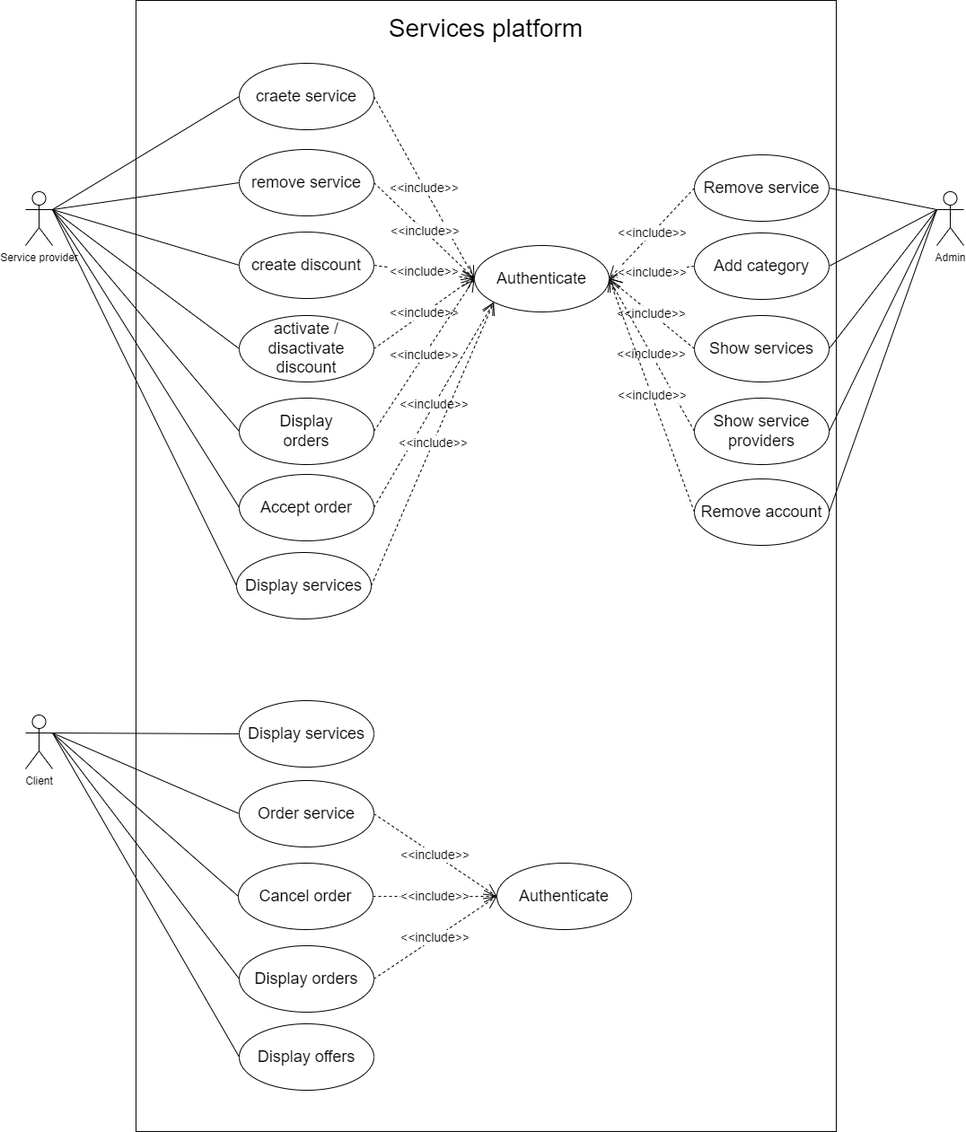
Earlier version of the draw.io export use-case diagram.drawio.png (GHamza-Dev/wafin-design-and-conception). Source tidied: cells renumbered, new cells last; positions are measured from the earlier drawing's top-left corner, leaving out a move shared by most shapes.
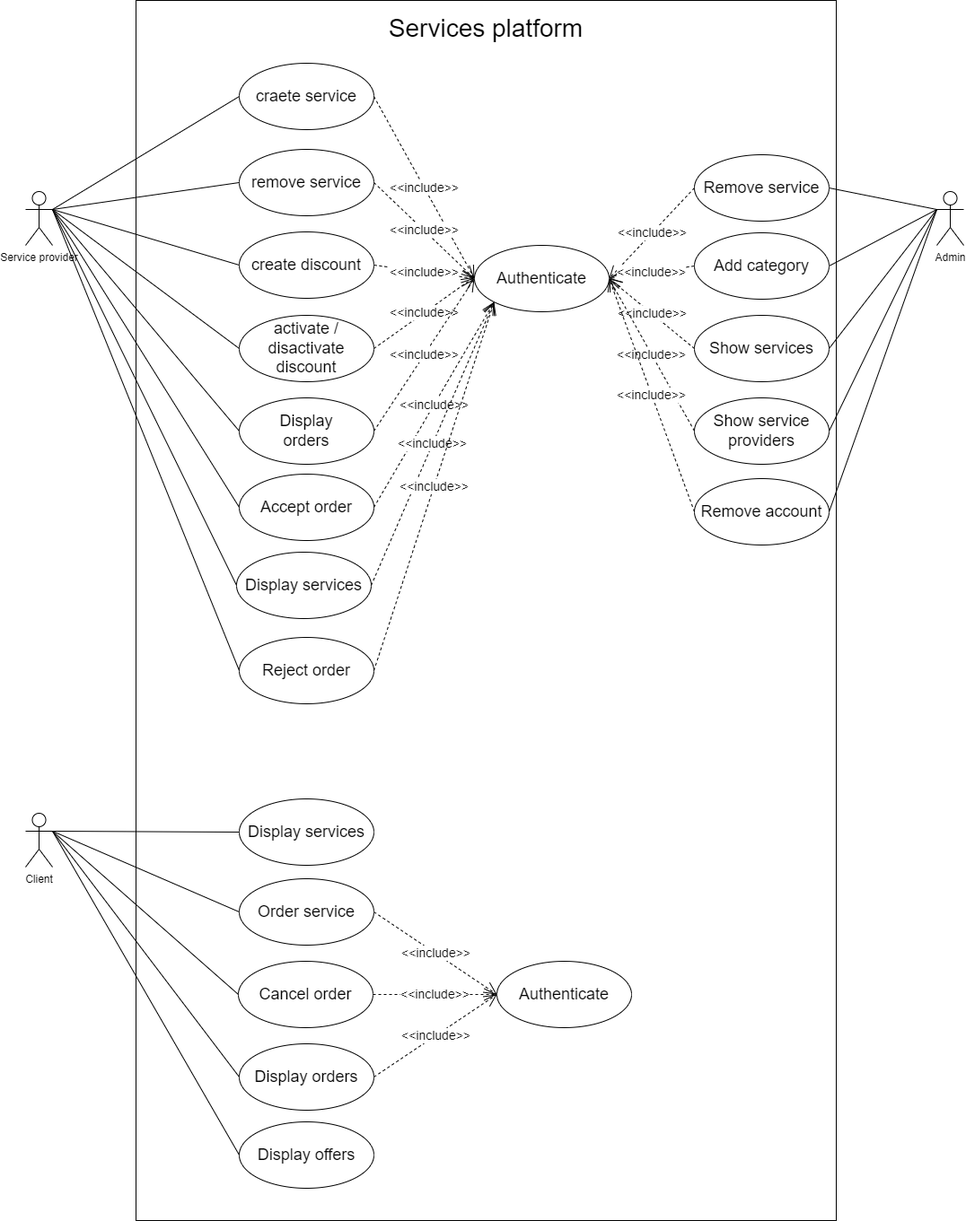
After the change.

Commit message:
Add use cases + attributes to the class diagram

The edit, as a diff of the source:
```diff
@@ -3,7 +3,7 @@
     <mxCell id="0" />
     <mxCell id="1" parent="0" />
     <mxCell id="2" style="rounded=0;whiteSpace=wrap;html=1;" parent="1" vertex="1">
-      <mxGeometry x="123" width="780" height="1260" as="geometry" />
+      <mxGeometry x="123" width="780" height="1360" as="geometry" />
     </mxCell>
     <mxCell id="3" value="Service provider" style="shape=umlActor;verticalLabelPosition=bottom;verticalAlign=top;html=1;outlineConnect=0;" parent="1" vertex="1">
       <mxGeometry y="213" width="30" height="60" as="geometry" />
@@ -48,10 +48,10 @@
       <mxGeometry relative="1" as="geometry" />
     </mxCell>
     <mxCell id="17" value="Client" style="shape=umlActor;verticalLabelPosition=bottom;verticalAlign=top;html=1;outlineConnect=0;" parent="1" vertex="1">
-      <mxGeometry y="796" width="30" height="60" as="geometry" />
+      <mxGeometry y="906" width="30" height="60" as="geometry" />
     </mxCell>
     <mxCell id="18" value="&lt;span style=&quot;font-size: 18px&quot;&gt;Display services&lt;/span&gt;" style="ellipse;whiteSpace=wrap;html=1;" parent="1" vertex="1">
-      <mxGeometry x="238" y="780" width="150" height="74" as="geometry" />
+      <mxGeometry x="238" y="890" width="150" height="74" as="geometry" />
     </mxCell>
     <mxCell id="19" style="endArrow=none;html=1;rounded=0;fontSize=18;exitX=1;exitY=0.3333333333333333;exitDx=0;exitDy=0;exitPerimeter=0;entryX=0;entryY=0.5;entryDx=0;entryDy=0;" parent="1" edge="1" source="17" target="18">
       <mxGeometry relative="1" as="geometry" />
@@ -84,7 +84,7 @@
       <mxGeometry x="745" y="533" width="150" height="74" as="geometry" />
     </mxCell>
     <mxCell id="29" value="&lt;span style=&quot;font-size: 18px&quot;&gt;Order service&lt;/span&gt;" style="ellipse;whiteSpace=wrap;html=1;" parent="1" vertex="1">
-      <mxGeometry x="238" y="869" width="150" height="74" as="geometry" />
+      <mxGeometry x="238" y="979" width="150" height="74" as="geometry" />
     </mxCell>
     <mxCell id="30" style="endArrow=none;html=1;rounded=0;fontSize=18;exitX=1;exitY=0.3333333333333333;exitDx=0;exitDy=0;exitPerimeter=0;entryX=0;entryY=0.5;entryDx=0;entryDy=0;" parent="1" edge="1" source="17" target="29">
       <mxGeometry relative="1" as="geometry" />
@@ -96,10 +96,10 @@
       <mxGeometry relative="1" as="geometry" />
     </mxCell>
     <mxCell id="33" value="&lt;font style=&quot;font-size: 18px&quot;&gt;Authenticate&lt;/font&gt;" style="ellipse;whiteSpace=wrap;html=1;" parent="1" vertex="1">
-      <mxGeometry x="525" y="961" width="150" height="74" as="geometry" />
+      <mxGeometry x="525" y="1071" width="150" height="74" as="geometry" />
     </mxCell>
     <mxCell id="34" value="&lt;span style=&quot;font-size: 18px&quot;&gt;Cancel order&lt;/span&gt;" style="ellipse;whiteSpace=wrap;html=1;" parent="1" vertex="1">
-      <mxGeometry x="237" y="961" width="150" height="74" as="geometry" />
+      <mxGeometry x="237" y="1071" width="150" height="74" as="geometry" />
     </mxCell>
     <mxCell id="35" value="&amp;lt;&amp;lt;include&amp;gt;&amp;gt;" style="endArrow=open;endSize=12;dashed=1;html=1;rounded=0;fontSize=14;exitX=1;exitY=0.5;exitDx=0;exitDy=0;entryX=0;entryY=0.5;entryDx=0;entryDy=0;" parent="1" edge="1" source="34" target="33">
       <mxGeometry relative="1" as="geometry" />
@@ -147,7 +147,7 @@
       <mxGeometry relative="1" as="geometry" />
     </mxCell>
     <mxCell id="50" value="&lt;span style=&quot;font-size: 18px&quot;&gt;Display orders&lt;/span&gt;" style="ellipse;whiteSpace=wrap;html=1;" parent="1" vertex="1">
-      <mxGeometry x="238" y="1053" width="150" height="74" as="geometry" />
+      <mxGeometry x="238" y="1163" width="150" height="74" as="geometry" />
     </mxCell>
     <mxCell id="51" value="&amp;lt;&amp;lt;include&amp;gt;&amp;gt;" style="endArrow=open;endSize=12;dashed=1;html=1;rounded=0;fontSize=14;exitX=1;exitY=0.5;exitDx=0;exitDy=0;entryX=0;entryY=0.5;entryDx=0;entryDy=0;" parent="1" edge="1" source="50" target="33">
       <mxGeometry relative="1" as="geometry" />
@@ -156,7 +156,7 @@
       <mxGeometry relative="1" as="geometry" />
     </mxCell>
     <mxCell id="53" value="&lt;span style=&quot;font-size: 18px&quot;&gt;Display offers&lt;/span&gt;" style="ellipse;whiteSpace=wrap;html=1;" parent="1" vertex="1">
-      <mxGeometry x="238" y="1140" width="150" height="74" as="geometry" />
+      <mxGeometry x="238" y="1250" width="150" height="74" as="geometry" />
     </mxCell>
     <mxCell id="54" style="endArrow=none;html=1;rounded=0;fontSize=18;exitX=1;exitY=0.3333333333333333;exitDx=0;exitDy=0;exitPerimeter=0;entryX=0;entryY=0.5;entryDx=0;entryDy=0;" parent="1" edge="1" source="17" target="53">
       <mxGeometry relative="1" as="geometry" />
@@ -170,5 +170,14 @@
     <mxCell id="57" style="endArrow=none;html=1;rounded=0;fontSize=18;entryX=0;entryY=0.5;entryDx=0;entryDy=0;exitX=1;exitY=0.3333333333333333;exitDx=0;exitDy=0;exitPerimeter=0;" parent="1" edge="1" source="3" target="55">
       <mxGeometry relative="1" as="geometry" />
     </mxCell>
+    <mxCell id="58" value="&lt;span style=&quot;font-size: 18px&quot;&gt;Reject order&lt;/span&gt;" style="ellipse;whiteSpace=wrap;html=1;" parent="1" vertex="1">
+      <mxGeometry x="238" y="710" width="150" height="74" as="geometry" />
+    </mxCell>
+    <mxCell id="59" value="&amp;lt;&amp;lt;include&amp;gt;&amp;gt;" style="endArrow=open;endSize=12;dashed=1;html=1;rounded=0;fontSize=14;exitX=1;exitY=0.5;exitDx=0;exitDy=0;entryX=0;entryY=1;entryDx=0;entryDy=0;" parent="1" edge="1" source="58" target="10">
+      <mxGeometry relative="1" as="geometry" />
+    </mxCell>
+    <mxCell id="60" style="endArrow=none;html=1;rounded=0;fontSize=18;entryX=0;entryY=0.5;entryDx=0;entryDy=0;exitX=1;exitY=0.3333333333333333;exitDx=0;exitDy=0;exitPerimeter=0;" parent="1" edge="1" source="3" target="58">
+      <mxGeometry relative="1" as="geometry" />
+    </mxCell>
   </root>
 </mxGraphModel>
```
